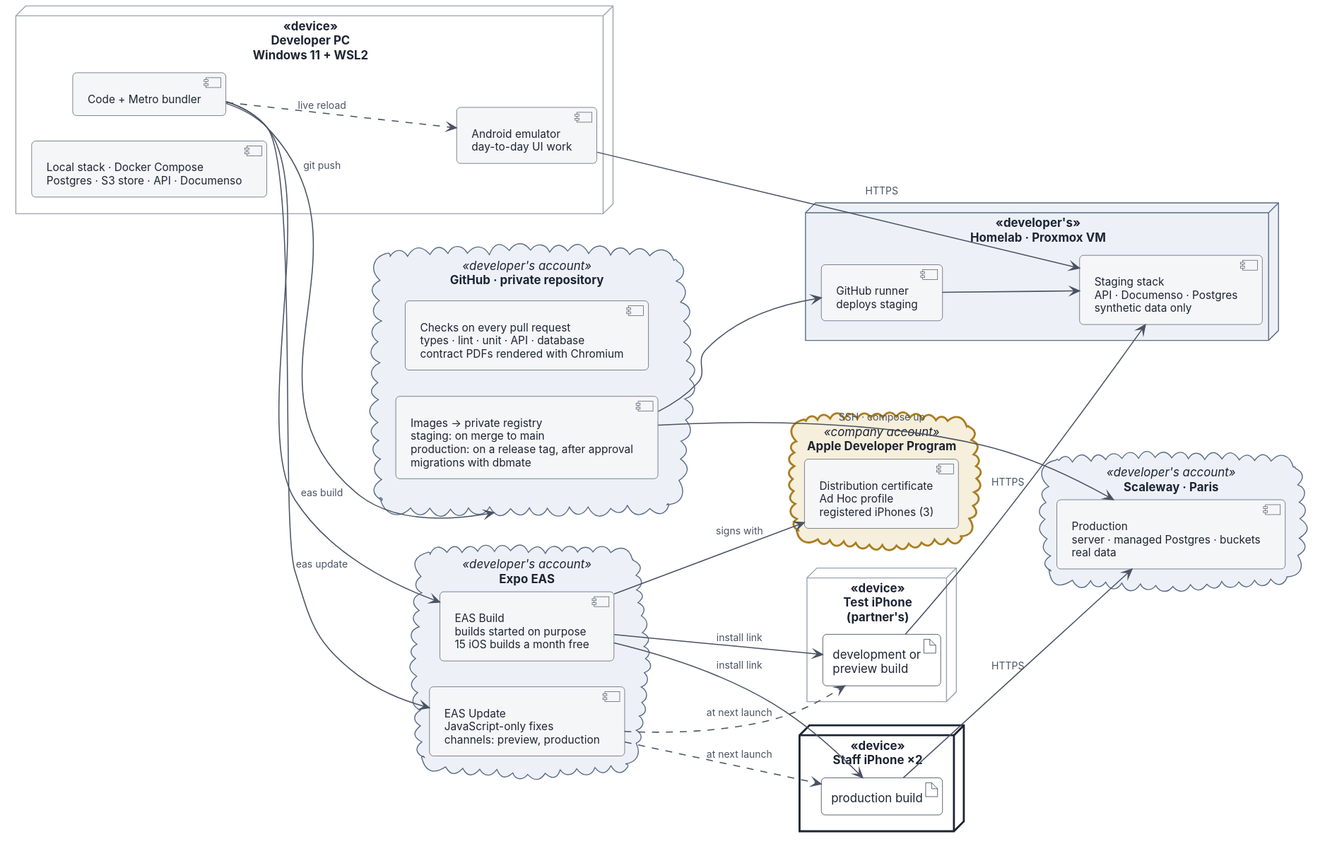
Earlier version of the PlantUML export docs/architecture/svg/02-build-and-release.svg (ColJurten/mccarriviera-staff-app).
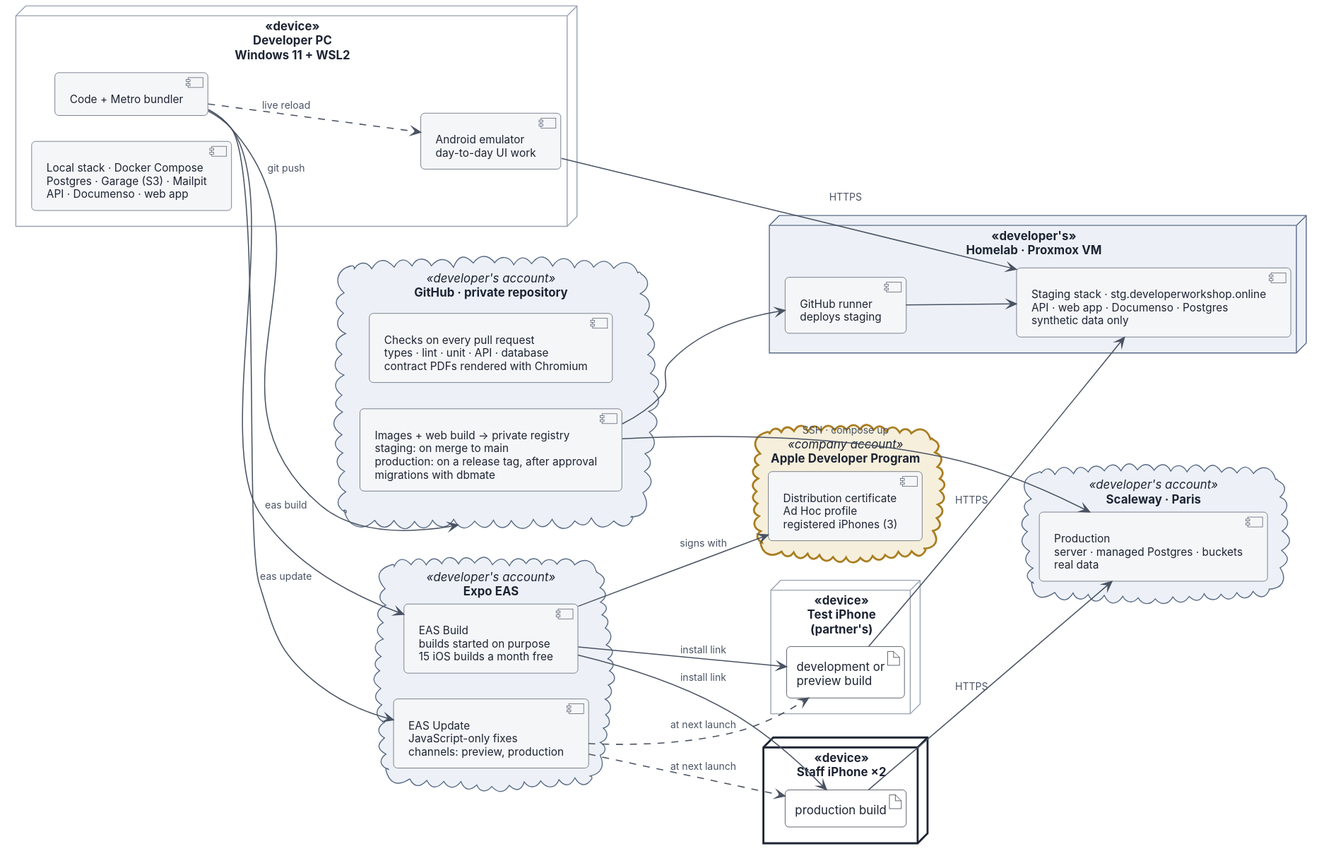
Above is the later version.

Change to the diagram source:
```diff
@@ -6,13 +6,13 @@
 
 node "Developer PC\nWindows 11 + WSL2" <<device>> as pc {
   component "Code + Metro bundler" as metro
-  component "Local stack · Docker Compose\nPostgres · S3 store · API · Documenso" as local
+  component "Local stack · Docker Compose\nPostgres · Garage (S3) · Mailpit\nAPI · Documenso · web app" as local
   component "Android emulator\nday-to-day UI work" as emu
 }
 
 cloud "GitHub · private repository" <<developer's account>> as gh $DEVELOPER {
   component "Checks on every pull request\ntypes · lint · unit · API · database\ncontract PDFs rendered with Chromium" as ci
-  component "Images → private registry\nstaging: on merge to main\nproduction: on a release tag, after approval\nmigrations with dbmate" as rel
+  component "Images + web build → private registry\nstaging: on merge to main\nproduction: on a release tag, after approval\nmigrations with dbmate" as rel
 }
 
 cloud "Expo EAS" <<developer's account>> as eas $DEVELOPER {
@@ -25,7 +25,7 @@
 }
 
 node "Homelab · Proxmox VM" <<developer's>> as lab $DEVELOPER {
-  component "Staging stack\nAPI · Documenso · Postgres\nsynthetic data only" as stg
+  component "Staging stack · stg.developerworkshop.online\nAPI · web app · Documenso · Postgres\nsynthetic data only" as stg
   component "GitHub runner\ndeploys staging" as runner
 }
 
```
